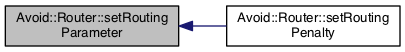
mjwybrow/adaptagrams keeps this Graphviz diagram as documentation/classAvoid_1_1Router_a596cecf98ff1b40a8ee5c703e175ff62_icgraph.png. Above is the earlier version. Its source is kept beside it as documentation/classAvoid_1_1Router_a596cecf98ff1b40a8ee5c703e175ff62_icgraph.dot.
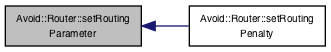
After the change.

Diff of the diagram source:
```diff
@@ -3,7 +3,7 @@
   edge [fontname="Helvetica",fontsize="10",labelfontname="Helvetica",labelfontsize="10"];
   node [fontname="Helvetica",fontsize="10",shape=record];
   rankdir="LR";
-  Node1 [label="Avoid::Router::setRouting\lParameter",height=0.2,width=0.4,color="black", fillcolor="grey75", style="filled", fontcolor="black"];
-  Node1 -> Node2 [dir="back",color="midnightblue",fontsize="10",style="solid",fontname="Helvetica"];
-  Node2 [label="Avoid::Router::setRouting\lPenalty",height=0.2,width=0.4,color="black", fillcolor="white", style="filled",URL="$classAvoid_1_1Router.html#acbda0590ff3234faad409e2f39e1c9ec",tooltip="Sets or removes penalty values that are applied during connector routing. "];
+  Node153 [label="Avoid::Router::setRouting\lParameter",height=0.2,width=0.4,color="black", fillcolor="grey75", style="filled", fontcolor="black"];
+  Node153 -> Node154 [dir="back",color="midnightblue",fontsize="10",style="solid",fontname="Helvetica"];
+  Node154 [label="Avoid::Router::setRouting\lPenalty",height=0.2,width=0.4,color="black", fillcolor="white", style="filled",URL="$classAvoid_1_1Router.html#acbda0590ff3234faad409e2f39e1c9ec",tooltip="Sets or removes penalty values that are applied during connector routing. "];
 }
```
